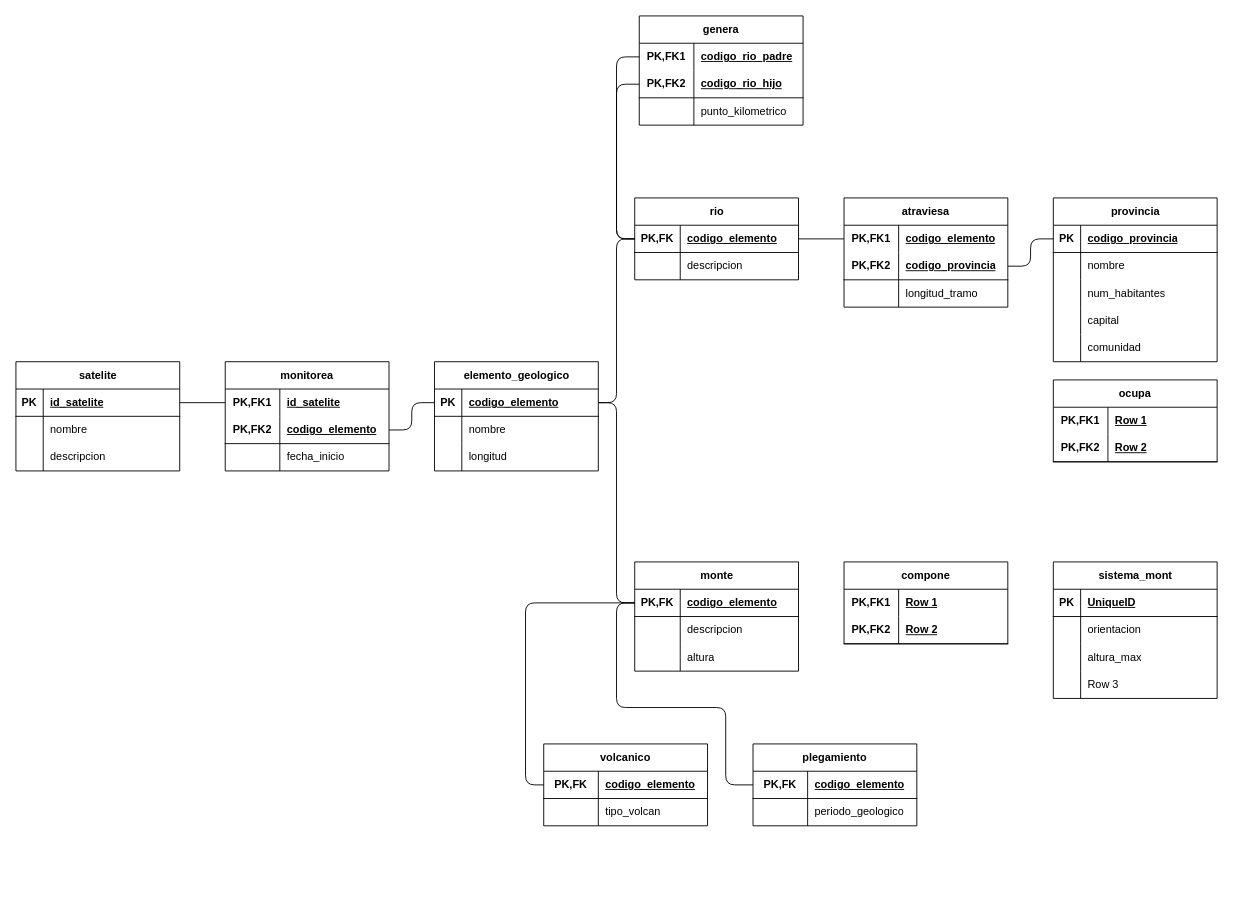
Before: Act-3-2.drawio in xmr-p/DatabaseCharts, a draw.io diagram. Source tidied: cells renumbered, new cells numbered last; positions are measured from the earlier drawing's top-left corner, leaving out a move shared by most shapes. Both pictures are drawn from the tidied source at 91%, with x=0, y=0 at pixel (15, 15).
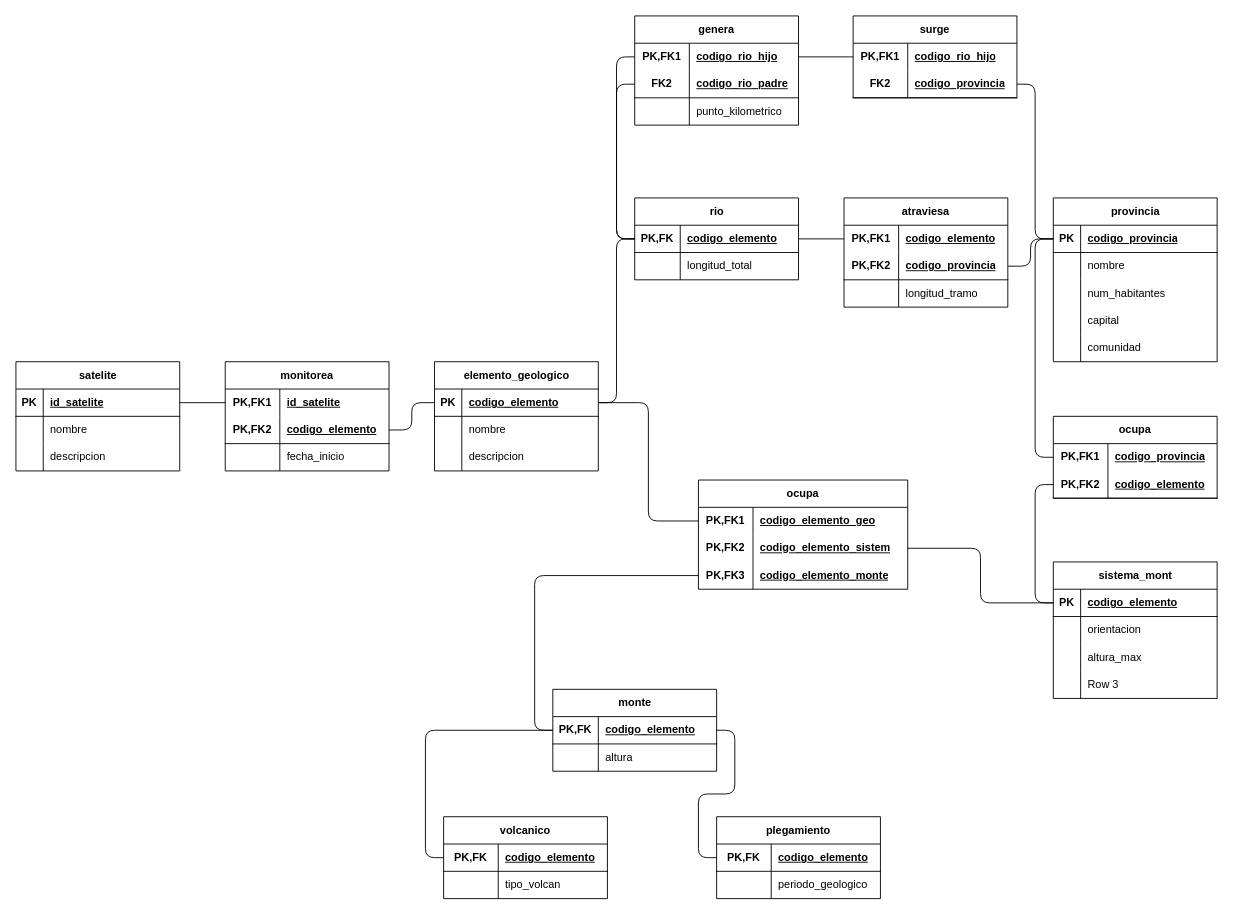
After the change.

Unchanged cells that the change refers to:
```xml
<mxCell id="3" style="shape=tableRow;horizontal=0;startSize=0;swimlaneHead=0;swimlaneBody=0;fillColor=none;points=[[0,0.5],[1,0.5]];portConstraint=eastwest;top=0;left=0;right=0;bottom=1;" parent="2" vertex="1">
  <mxGeometry y="30" width="180" height="30" as="geometry" />
</mxCell>
<mxCell id="19" style="shape=tableRow;horizontal=0;startSize=0;swimlaneHead=0;swimlaneBody=0;fillColor=none;points=[[0,0.5],[1,0.5]];portConstraint=eastwest;top=0;left=0;right=0;bottom=1;" parent="18" vertex="1">
  <mxGeometry y="30" width="180" height="30" as="geometry" />
</mxCell>
<mxCell id="29" style="shape=tableRow;horizontal=0;startSize=0;swimlaneHead=0;swimlaneBody=0;fillColor=none;points=[[0,0.5],[1,0.5]];portConstraint=eastwest;top=0;left=0;right=0;bottom=1;" parent="28" vertex="1">
  <mxGeometry y="30" width="180" height="30" as="geometry" />
</mxCell>
<mxCell id="42" style="shape=tableRow;horizontal=0;startSize=0;swimlaneHead=0;swimlaneBody=0;fillColor=none;points=[[0,0.5],[1,0.5]];portConstraint=eastwest;top=0;left=0;right=0;bottom=0;html=1;" parent="41" vertex="1">
  <mxGeometry y="30" width="180" height="30" as="geometry" />
</mxCell>
<mxCell id="45" style="shape=tableRow;horizontal=0;startSize=0;swimlaneHead=0;swimlaneBody=0;fillColor=none;points=[[0,0.5],[1,0.5]];portConstraint=eastwest;top=0;left=0;right=0;bottom=1;html=1;" parent="41" vertex="1">
  <mxGeometry y="60" width="180" height="30" as="geometry" />
</mxCell>
<mxCell id="56" style="shape=tableRow;horizontal=0;startSize=0;swimlaneHead=0;swimlaneBody=0;fillColor=none;points=[[0,0.5],[1,0.5]];portConstraint=eastwest;top=0;left=0;right=0;bottom=0;html=1;" parent="55" vertex="1">
  <mxGeometry y="30" width="180" height="30" as="geometry" />
</mxCell>
<mxCell id="66" style="shape=tableRow;horizontal=0;startSize=0;swimlaneHead=0;swimlaneBody=0;fillColor=none;points=[[0,0.5],[1,0.5]];portConstraint=eastwest;top=0;left=0;right=0;bottom=1;" parent="65" vertex="1">
  <mxGeometry y="30" width="180" height="30" as="geometry" />
</mxCell>
<mxCell id="69" style="shape=tableRow;horizontal=0;startSize=0;swimlaneHead=0;swimlaneBody=0;fillColor=none;top=0;left=0;right=0;bottom=0;" parent="65" vertex="1">
  <mxGeometry y="60" width="180" height="30" as="geometry" />
</mxCell>
<mxCell id="73" style="shape=tableRow;horizontal=0;startSize=0;swimlaneHead=0;swimlaneBody=0;fillColor=none;points=[[0,0.5],[1,0.5]];portConstraint=eastwest;top=0;left=0;right=0;bottom=0;html=1;" parent="72" vertex="1">
  <mxGeometry y="30" width="180" height="30" as="geometry" />
</mxCell>
<mxCell id="76" style="shape=tableRow;horizontal=0;startSize=0;swimlaneHead=0;swimlaneBody=0;fillColor=none;points=[[0,0.5],[1,0.5]];portConstraint=eastwest;top=0;left=0;right=0;bottom=1;html=1;" parent="72" vertex="1">
  <mxGeometry y="60" width="180" height="30" as="geometry" />
</mxCell>
<mxCell id="83" style="shape=tableRow;horizontal=0;startSize=0;swimlaneHead=0;swimlaneBody=0;fillColor=none;points=[[0,0.5],[1,0.5]];portConstraint=eastwest;top=0;left=0;right=0;bottom=1;" parent="82" vertex="1">
  <mxGeometry y="30" width="180" height="30" as="geometry" />
</mxCell>
<mxCell id="89" style="shape=tableRow;horizontal=0;startSize=0;swimlaneHead=0;swimlaneBody=0;fillColor=none;top=0;left=0;right=0;bottom=0;" parent="82" vertex="1">
  <mxGeometry y="90" width="180" height="30" as="geometry" />
</mxCell>
<mxCell id="121" style="shape=tableRow;horizontal=0;startSize=0;swimlaneHead=0;swimlaneBody=0;fillColor=none;points=[[0,0.5],[1,0.5]];portConstraint=eastwest;top=0;left=0;right=0;bottom=1;html=1;" parent="120" vertex="1">
  <mxGeometry y="30" width="180" height="30" as="geometry" />
</mxCell>
<mxCell id="128" style="shape=tableRow;horizontal=0;startSize=0;swimlaneHead=0;swimlaneBody=0;fillColor=none;points=[[0,0.5],[1,0.5]];portConstraint=eastwest;top=0;left=0;right=0;bottom=1;html=1;" parent="127" vertex="1">
  <mxGeometry y="30" width="180" height="30" as="geometry" />
</mxCell>
```

The edit, as a diff of the source:
```diff
@@
     <mxCell id="18" value="monte" style="shape=table;startSize=30;childLayout=tableLayout;rowLines=0;fontStyle=1;align=center;html=1;" parent="1" vertex="1">
-      <mxGeometry x="680" y="600" width="180" height="120" as="geometry" />
+      <mxGeometry x="590" y="740" width="180" height="90" as="geometry" />
     </mxCell>
@@
-    <mxCell id="22" style="shape=tableRow;horizontal=0;startSize=0;swimlaneHead=0;swimlaneBody=0;fillColor=none;top=0;left=0;right=0;bottom=0;" parent="18" vertex="1">
-      <mxGeometry y="60" width="180" height="30" as="geometry" />
-    </mxCell>
-    <mxCell id="23" style="shape=partialRectangle;fillColor=none;top=0;left=0;bottom=0;right=0;overflow=hidden;whiteSpace=wrap;html=1;" parent="22" vertex="1">
-      <mxGeometry width="50" height="30" as="geometry" />
-    </mxCell>
-    <mxCell id="24" value="descripcion" style="shape=partialRectangle;fillColor=none;top=0;left=0;bottom=0;right=0;align=left;spacingLeft=6;overflow=hidden;whiteSpace=wrap;html=1;" parent="22" vertex="1">
-      <mxGeometry x="50" width="130" height="30" as="geometry" />
-    </mxCell>
     <mxCell id="25" style="shape=tableRow;horizontal=0;startSize=0;swimlaneHead=0;swimlaneBody=0;fillColor=none;top=0;left=0;right=0;bottom=0;" parent="18" vertex="1">
-      <mxGeometry y="90" width="180" height="30" as="geometry" />
+      <mxGeometry y="60" width="180" height="30" as="geometry" />
     </mxCell>
@@
-    <mxCell id="31" value="UniqueID" style="shape=partialRectangle;fillColor=none;top=0;left=0;bottom=0;right=0;align=left;spacingLeft=6;fontStyle=5;overflow=hidden;whiteSpace=wrap;html=1;" parent="29" vertex="1">
+    <mxCell id="31" value="codigo_elemento" style="shape=partialRectangle;fillColor=none;top=0;left=0;bottom=0;right=0;align=left;spacingLeft=6;fontStyle=5;overflow=hidden;whiteSpace=wrap;html=1;" parent="29" vertex="1">
       <mxGeometry x="30" width="150" height="30" as="geometry" />
     </mxCell>
@@
     <mxCell id="41" value="ocupa" style="shape=table;startSize=30;childLayout=tableLayout;rowLines=0;fontStyle=1;align=center;html=1;whiteSpace=wrap;" parent="1" vertex="1">
-      <mxGeometry x="1140" y="400" width="180" height="90" as="geometry" />
+      <mxGeometry x="1140" y="440" width="180" height="90" as="geometry" />
     </mxCell>
@@
-    <mxCell id="44" value="Row 1" style="shape=partialRectangle;fillColor=none;top=0;left=0;bottom=0;right=0;align=left;spacingLeft=6;fontStyle=5;overflow=hidden;html=1;whiteSpace=wrap;" parent="42" vertex="1">
+    <mxCell id="44" value="codigo_provincia" style="shape=partialRectangle;fillColor=none;top=0;left=0;bottom=0;right=0;align=left;spacingLeft=6;fontStyle=5;overflow=hidden;html=1;whiteSpace=wrap;" parent="42" vertex="1">
       <mxGeometry x="60" width="120" height="30" as="geometry" />
     </mxCell>
@@
-    <mxCell id="47" value="Row 2" style="shape=partialRectangle;fillColor=none;top=0;left=0;bottom=0;right=0;align=left;spacingLeft=6;fontStyle=5;overflow=hidden;html=1;whiteSpace=wrap;" parent="45" vertex="1">
+    <mxCell id="47" value="codigo_elemento" style="shape=partialRectangle;fillColor=none;top=0;left=0;bottom=0;right=0;align=left;spacingLeft=6;fontStyle=5;overflow=hidden;html=1;whiteSpace=wrap;" parent="45" vertex="1">
       <mxGeometry x="60" width="120" height="30" as="geometry" />
     </mxCell>
-    <mxCell id="48" value="compone" style="shape=table;startSize=30;childLayout=tableLayout;rowLines=0;fontStyle=1;align=center;html=1;whiteSpace=wrap;" parent="1" vertex="1">
-      <mxGeometry x="910" y="600" width="180" height="90" as="geometry" />
+    <mxCell id="48" value="ocupa" style="shape=table;startSize=30;childLayout=tableLayout;rowLines=0;fontStyle=1;align=center;html=1;whiteSpace=wrap;" parent="1" vertex="1">
+      <mxGeometry x="750" y="510" width="230" height="120" as="geometry" />
     </mxCell>
-    <mxCell id="49" style="shape=tableRow;horizontal=0;startSize=0;swimlaneHead=0;swimlaneBody=0;fillColor=none;points=[[0,0.5],[1,0.5]];portConstraint=eastwest;top=0;left=0;right=0;bottom=0;html=1;" parent="48" vertex="1">
-      <mxGeometry y="30" width="180" height="30" as="geometry" />
-    </mxCell>
-    <mxCell id="50" value="PK,FK1" style="shape=partialRectangle;fillColor=none;top=0;left=0;bottom=0;right=0;fontStyle=1;overflow=hidden;html=1;whiteSpace=wrap;" parent="49" vertex="1">
-      <mxGeometry width="60" height="30" as="geometry" />
-    </mxCell>
-    <mxCell id="51" value="Row 1" style="shape=partialRectangle;fillColor=none;top=0;left=0;bottom=0;right=0;align=left;spacingLeft=6;fontStyle=5;overflow=hidden;html=1;whiteSpace=wrap;" parent="49" vertex="1">
-      <mxGeometry x="60" width="120" height="30" as="geometry" />
-    </mxCell>
-    <mxCell id="52" style="shape=tableRow;horizontal=0;startSize=0;swimlaneHead=0;swimlaneBody=0;fillColor=none;points=[[0,0.5],[1,0.5]];portConstraint=eastwest;top=0;left=0;right=0;bottom=1;html=1;" parent="48" vertex="1">
-      <mxGeometry y="60" width="180" height="30" as="geometry" />
-    </mxCell>
+    <mxCell id="136" style="shape=tableRow;horizontal=0;startSize=0;swimlaneHead=0;swimlaneBody=0;fillColor=none;points=[[0,0.5],[1,0.5]];portConstraint=eastwest;top=0;left=0;right=0;bottom=0;html=1;" parent="48" vertex="1">
+      <mxGeometry y="30" width="230" height="30" as="geometry" />
+    </mxCell>
+    <mxCell id="137" value="PK,FK1" style="shape=partialRectangle;fillColor=none;top=0;left=0;bottom=0;right=0;fontStyle=1;overflow=hidden;html=1;whiteSpace=wrap;" parent="136" vertex="1">
+      <mxGeometry width="60" height="30" as="geometry" />
+    </mxCell>
+    <mxCell id="138" value="codigo_elemento_geo" style="shape=partialRectangle;fillColor=none;top=0;left=0;bottom=0;right=0;align=left;spacingLeft=6;fontStyle=5;overflow=hidden;html=1;whiteSpace=wrap;" parent="136" vertex="1">
+      <mxGeometry x="60" width="170" height="30" as="geometry" />
+    </mxCell>
+    <mxCell id="139" style="shape=tableRow;horizontal=0;startSize=0;swimlaneHead=0;swimlaneBody=0;fillColor=none;points=[[0,0.5],[1,0.5]];portConstraint=eastwest;top=0;left=0;right=0;bottom=0;html=1;" parent="48" vertex="1">
+      <mxGeometry y="60" width="230" height="30" as="geometry" />
+    </mxCell>
-    <mxCell id="53" value="PK,FK2" style="shape=partialRectangle;fillColor=none;top=0;left=0;bottom=0;right=0;fontStyle=1;overflow=hidden;html=1;whiteSpace=wrap;" parent="52" vertex="1">
+    <mxCell id="53" value="PK,FK2" style="shape=partialRectangle;fillColor=none;top=0;left=0;bottom=0;right=0;fontStyle=1;overflow=hidden;html=1;whiteSpace=wrap;" parent="139" vertex="1">
       <mxGeometry width="60" height="30" as="geometry" />
     </mxCell>
-    <mxCell id="54" value="Row 2" style="shape=partialRectangle;fillColor=none;top=0;left=0;bottom=0;right=0;align=left;spacingLeft=6;fontStyle=5;overflow=hidden;html=1;whiteSpace=wrap;" parent="52" vertex="1">
-      <mxGeometry x="60" width="120" height="30" as="geometry" />
-    </mxCell>
+    <mxCell id="140" value="codigo_elemento_sistem" style="shape=partialRectangle;fillColor=none;top=0;left=0;bottom=0;right=0;align=left;spacingLeft=6;fontStyle=5;overflow=hidden;html=1;whiteSpace=wrap;" parent="139" vertex="1">
+      <mxGeometry x="60" width="170" height="30" as="geometry" />
+    </mxCell>
+    <mxCell id="141" style="shape=tableRow;horizontal=0;startSize=0;swimlaneHead=0;swimlaneBody=0;fillColor=none;points=[[0,0.5],[1,0.5]];portConstraint=eastwest;top=0;left=0;right=0;bottom=0;html=1;" parent="48" vertex="1">
+      <mxGeometry y="90" width="230" height="30" as="geometry" />
+    </mxCell>
+    <mxCell id="142" value="PK,FK3" style="shape=partialRectangle;fillColor=none;top=0;left=0;bottom=0;right=0;fontStyle=1;overflow=hidden;html=1;whiteSpace=wrap;" parent="141" vertex="1">
+      <mxGeometry width="60" height="30" as="geometry" />
+    </mxCell>
+    <mxCell id="143" value="codigo_elemento_monte" style="shape=partialRectangle;fillColor=none;top=0;left=0;bottom=0;right=0;align=left;spacingLeft=6;fontStyle=5;overflow=hidden;html=1;whiteSpace=wrap;" parent="141" vertex="1">
+      <mxGeometry x="60" width="170" height="30" as="geometry" />
+    </mxCell>
@@
-    <mxCell id="71" value="descripcion" style="shape=partialRectangle;fillColor=none;top=0;left=0;bottom=0;right=0;align=left;spacingLeft=6;overflow=hidden;whiteSpace=wrap;html=1;" parent="69" vertex="1">
+    <mxCell id="71" value="longitud_total" style="shape=partialRectangle;fillColor=none;top=0;left=0;bottom=0;right=0;align=left;spacingLeft=6;overflow=hidden;whiteSpace=wrap;html=1;" parent="69" vertex="1">
       <mxGeometry x="50" width="130" height="30" as="geometry" />
     </mxCell>
     <mxCell id="72" value="genera" style="shape=table;startSize=30;childLayout=tableLayout;rowLines=0;fontStyle=1;align=center;html=1;whiteSpace=wrap;" parent="1" vertex="1">
-      <mxGeometry x="685" width="180" height="120" as="geometry" />
+      <mxGeometry x="680" width="180" height="120" as="geometry" />
     </mxCell>
@@
-    <mxCell id="75" value="codigo_rio_padre" style="shape=partialRectangle;fillColor=none;top=0;left=0;bottom=0;right=0;align=left;spacingLeft=6;fontStyle=5;overflow=hidden;html=1;whiteSpace=wrap;" parent="73" vertex="1">
+    <mxCell id="75" value="codigo_rio_hijo" style="shape=partialRectangle;fillColor=none;top=0;left=0;bottom=0;right=0;align=left;spacingLeft=6;fontStyle=5;overflow=hidden;html=1;whiteSpace=wrap;" parent="73" vertex="1">
       <mxGeometry x="60" width="120" height="30" as="geometry" />
     </mxCell>
@@
-    <mxCell id="77" value="PK,FK2" style="shape=partialRectangle;fillColor=none;top=0;left=0;bottom=0;right=0;fontStyle=1;overflow=hidden;html=1;whiteSpace=wrap;" parent="76" vertex="1">
+    <mxCell id="77" value="FK2" style="shape=partialRectangle;fillColor=none;top=0;left=0;bottom=0;right=0;fontStyle=1;overflow=hidden;html=1;whiteSpace=wrap;" parent="76" vertex="1">
       <mxGeometry width="60" height="30" as="geometry" />
     </mxCell>
-    <mxCell id="78" value="codigo_rio_hijo" style="shape=partialRectangle;fillColor=none;top=0;left=0;bottom=0;right=0;align=left;spacingLeft=6;fontStyle=5;overflow=hidden;html=1;whiteSpace=wrap;" parent="76" vertex="1">
+    <mxCell id="78" value="codigo_rio_padre" style="shape=partialRectangle;fillColor=none;top=0;left=0;bottom=0;right=0;align=left;spacingLeft=6;fontStyle=5;overflow=hidden;html=1;whiteSpace=wrap;" parent="76" vertex="1">
       <mxGeometry x="60" width="120" height="30" as="geometry" />
     </mxCell>
@@
-    <mxCell id="91" value="longitud" style="shape=partialRectangle;fillColor=none;top=0;left=0;bottom=0;right=0;align=left;spacingLeft=6;overflow=hidden;whiteSpace=wrap;html=1;" parent="89" vertex="1">
+    <mxCell id="91" value="descripcion" style="shape=partialRectangle;fillColor=none;top=0;left=0;bottom=0;right=0;align=left;spacingLeft=6;overflow=hidden;whiteSpace=wrap;html=1;" parent="89" vertex="1">
       <mxGeometry x="30" width="150" height="30" as="geometry" />
     </mxCell>
@@
-    <mxCell id="117" style="edgeStyle=orthogonalEdgeStyle;rounded=1;jettySize=auto;html=1;exitX=1;exitY=0.5;exitDx=0;exitDy=0;entryX=0;entryY=0.5;entryDx=0;entryDy=0;curved=0;endArrow=none;endFill=0;" parent="1" edge="1" source="83" target="19">
-      <mxGeometry relative="1" as="geometry" />
-    </mxCell>
-    <mxCell id="118" style="edgeStyle=orthogonalEdgeStyle;rounded=1;jettySize=auto;html=1;exitX=1;exitY=0.5;exitDx=0;exitDy=0;entryX=0;entryY=0.5;entryDx=0;entryDy=0;curved=0;endArrow=none;endFill=0;" parent="1" edge="1" source="66" target="56">
-      <mxGeometry relative="1" as="geometry" />
-    </mxCell>
@@
     <mxCell id="120" value="volcanico" style="shape=table;startSize=30;childLayout=tableLayout;rowLines=0;fontStyle=1;align=center;html=1;whiteSpace=wrap;" parent="1" vertex="1">
-      <mxGeometry x="580" y="800" width="180" height="90" as="geometry" />
+      <mxGeometry x="470" y="880" width="180" height="90" as="geometry" />
     </mxCell>
@@
     <mxCell id="127" value="plegamiento" style="shape=table;startSize=30;childLayout=tableLayout;rowLines=0;fontStyle=1;align=center;html=1;whiteSpace=wrap;" parent="1" vertex="1">
-      <mxGeometry x="810" y="800" width="180" height="90" as="geometry" />
+      <mxGeometry x="770" y="880" width="180" height="90" as="geometry" />
     </mxCell>
@@
-    <mxCell id="134" style="edgeStyle=orthogonalEdgeStyle;rounded=1;jettySize=auto;html=1;exitX=0;exitY=0.5;exitDx=0;exitDy=0;entryX=0;entryY=0.5;entryDx=0;entryDy=0;curved=0;endArrow=none;endFill=0;" parent="1" edge="1" source="121" target="19">
-      <mxGeometry relative="1" as="geometry" />
-    </mxCell>
-    <mxCell id="135" style="edgeStyle=orthogonalEdgeStyle;rounded=1;jettySize=auto;html=1;exitX=0;exitY=0.5;exitDx=0;exitDy=0;entryX=0;entryY=0.5;entryDx=0;entryDy=0;curved=0;endArrow=none;endFill=0;" parent="1" edge="1" source="128" target="19">
-      <mxGeometry relative="1" as="geometry">
-        <Array as="points">
-          <mxPoint x="780" y="845" />
-          <mxPoint x="780" y="760" />
-          <mxPoint x="660" y="760" />
-          <mxPoint x="660" y="645" />
-        </Array>
-      </mxGeometry>
-    </mxCell>
+    <mxCell id="144" style="edgeStyle=orthogonalEdgeStyle;rounded=1;jettySize=auto;html=1;exitX=0;exitY=0.5;exitDx=0;exitDy=0;entryX=0;entryY=0.5;entryDx=0;entryDy=0;curved=0;endArrow=none;endFill=0;" parent="1" edge="1" source="3" target="42">
+      <mxGeometry relative="1" as="geometry" />
+    </mxCell>
+    <mxCell id="145" style="edgeStyle=orthogonalEdgeStyle;rounded=1;jettySize=auto;html=1;exitX=0;exitY=0.5;exitDx=0;exitDy=0;entryX=0;entryY=0.5;entryDx=0;entryDy=0;curved=0;endArrow=none;endFill=0;" parent="1" edge="1" source="45" target="29">
+      <mxGeometry relative="1" as="geometry" />
+    </mxCell>
+    <mxCell id="118" style="edgeStyle=orthogonalEdgeStyle;rounded=1;jettySize=auto;html=1;exitX=1;exitY=0.5;exitDx=0;exitDy=0;entryX=0;entryY=0.5;entryDx=0;entryDy=0;curved=0;endArrow=none;endFill=0;" parent="1" edge="1" source="66" target="56">
+      <mxGeometry relative="1" as="geometry" />
+    </mxCell>
+    <mxCell id="146" value="surge" style="shape=table;startSize=30;childLayout=tableLayout;rowLines=0;fontStyle=1;align=center;html=1;whiteSpace=wrap;" parent="1" vertex="1">
+      <mxGeometry x="920" width="180" height="90" as="geometry" />
+    </mxCell>
+    <mxCell id="49" style="shape=tableRow;horizontal=0;startSize=0;swimlaneHead=0;swimlaneBody=0;fillColor=none;points=[[0,0.5],[1,0.5]];portConstraint=eastwest;top=0;left=0;right=0;bottom=0;html=1;" parent="146" vertex="1">
+      <mxGeometry y="30" width="180" height="30" as="geometry" />
+    </mxCell>
+    <mxCell id="147" value="PK,FK1" style="shape=partialRectangle;fillColor=none;top=0;left=0;bottom=0;right=0;fontStyle=1;overflow=hidden;html=1;whiteSpace=wrap;" parent="49" vertex="1">
+      <mxGeometry width="60" height="30" as="geometry" />
+    </mxCell>
+    <mxCell id="148" value="codigo_rio_hijo" style="shape=partialRectangle;fillColor=none;top=0;left=0;bottom=0;right=0;align=left;spacingLeft=6;fontStyle=5;overflow=hidden;html=1;whiteSpace=wrap;" parent="49" vertex="1">
+      <mxGeometry x="60" width="120" height="30" as="geometry" />
+    </mxCell>
+    <mxCell id="52" style="shape=tableRow;horizontal=0;startSize=0;swimlaneHead=0;swimlaneBody=0;fillColor=none;points=[[0,0.5],[1,0.5]];portConstraint=eastwest;top=0;left=0;right=0;bottom=1;html=1;" parent="146" vertex="1">
+      <mxGeometry y="60" width="180" height="30" as="geometry" />
+    </mxCell>
+    <mxCell id="149" value="FK2" style="shape=partialRectangle;fillColor=none;top=0;left=0;bottom=0;right=0;fontStyle=1;overflow=hidden;html=1;whiteSpace=wrap;" parent="52" vertex="1">
+      <mxGeometry width="60" height="30" as="geometry" />
+    </mxCell>
+    <mxCell id="150" value="codigo_provincia" style="shape=partialRectangle;fillColor=none;top=0;left=0;bottom=0;right=0;align=left;spacingLeft=6;fontStyle=5;overflow=hidden;html=1;whiteSpace=wrap;" parent="52" vertex="1">
+      <mxGeometry x="60" width="120" height="30" as="geometry" />
+    </mxCell>
+    <mxCell id="151" style="edgeStyle=orthogonalEdgeStyle;rounded=1;jettySize=auto;html=1;exitX=1;exitY=0.5;exitDx=0;exitDy=0;entryX=0;entryY=0.5;entryDx=0;entryDy=0;curved=0;endArrow=none;endFill=0;" parent="1" edge="1" source="52" target="3">
+      <mxGeometry relative="1" as="geometry" />
+    </mxCell>
+    <mxCell id="152" style="edgeStyle=orthogonalEdgeStyle;rounded=1;jettySize=auto;html=1;exitX=1;exitY=0.5;exitDx=0;exitDy=0;entryX=0;entryY=0.5;entryDx=0;entryDy=0;curved=0;endArrow=none;endFill=0;" parent="1" edge="1" source="73" target="49">
+      <mxGeometry relative="1" as="geometry" />
+    </mxCell>
+    <mxCell id="153" style="edgeStyle=orthogonalEdgeStyle;rounded=1;jettySize=auto;html=1;exitX=1;exitY=0.5;exitDx=0;exitDy=0;entryX=0;entryY=0.5;entryDx=0;entryDy=0;curved=0;endArrow=none;endFill=0;" parent="1" edge="1" source="83" target="136">
+      <mxGeometry relative="1" as="geometry" />
+    </mxCell>
+    <mxCell id="154" style="edgeStyle=orthogonalEdgeStyle;rounded=1;jettySize=auto;html=1;exitX=1;exitY=0.5;exitDx=0;exitDy=0;entryX=0;entryY=0.5;entryDx=0;entryDy=0;curved=0;endArrow=none;endFill=0;" parent="1" edge="1" source="139" target="29">
+      <mxGeometry relative="1" as="geometry" />
+    </mxCell>
+    <mxCell id="155" style="edgeStyle=orthogonalEdgeStyle;rounded=1;jettySize=auto;html=1;exitX=0;exitY=0.5;exitDx=0;exitDy=0;entryX=0;entryY=0.5;entryDx=0;entryDy=0;curved=0;endArrow=none;endFill=0;" parent="1" edge="1" source="141" target="19">
+      <mxGeometry relative="1" as="geometry" />
+    </mxCell>
+    <mxCell id="156" style="edgeStyle=orthogonalEdgeStyle;rounded=1;jettySize=auto;html=1;exitX=0;exitY=0.5;exitDx=0;exitDy=0;entryX=0;entryY=0.5;entryDx=0;entryDy=0;curved=0;endArrow=none;endFill=0;" parent="1" edge="1" source="19" target="121">
+      <mxGeometry relative="1" as="geometry" />
+    </mxCell>
+    <mxCell id="157" style="edgeStyle=orthogonalEdgeStyle;rounded=1;jettySize=auto;html=1;exitX=1;exitY=0.5;exitDx=0;exitDy=0;entryX=0;entryY=0.5;entryDx=0;entryDy=0;curved=0;endArrow=none;endFill=0;" parent="1" edge="1" source="19" target="128">
+      <mxGeometry relative="1" as="geometry" />
+    </mxCell>
```
